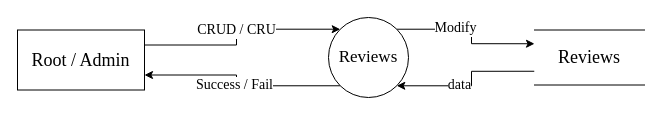
This is Documentation/diags/Diagrams/root_reviews_0.drawio from Suzuki0916/Real_Estate_Site, a draw.io file, before an edit. Source tidied: cells renumbered, new cells numbered last; positions are measured from the earlier drawing's top-left corner, leaving out a move shared by most shapes. Both pictures are drawn from the tidied source at 100%, with x=0, y=0 at pixel (17, 17).
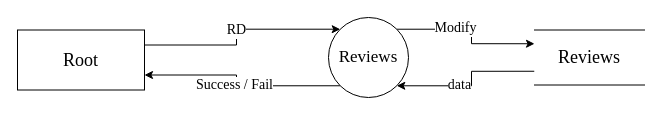
Above is the later version.

Diff of the diagram source:
```diff
@@
 <mxGraphModel>
   <root>
     <mxCell id="0" />
     <mxCell id="1" parent="0" />
     <mxCell id="2" style="edgeStyle=orthogonalEdgeStyle;rounded=0;orthogonalLoop=1;jettySize=auto;html=1;fontFamily=Times New Roman;fontSize=16;entryX=0.25;entryY=1;entryDx=0;entryDy=0;exitX=1;exitY=0;exitDx=0;exitDy=0;" parent="1" edge="1">
       <mxGeometry relative="1" as="geometry">
         <mxPoint x="557" y="40" as="targetPoint" />
       </mxGeometry>
     </mxCell>
     <mxCell id="3" style="edgeStyle=orthogonalEdgeStyle;rounded=0;orthogonalLoop=1;jettySize=auto;html=1;exitX=0.75;exitY=1;exitDx=0;exitDy=0;entryX=1;entryY=1;entryDx=0;entryDy=0;fontFamily=Times New Roman;fontSize=16;" parent="1" edge="1">
       <mxGeometry relative="1" as="geometry">
         <mxPoint x="617" y="40" as="sourcePoint" />
         <Array as="points">
           <mxPoint x="617" y="187" />
         </Array>
       </mxGeometry>
     </mxCell>
-    <mxCell id="4" value="&lt;font style=&quot;font-size: 18px&quot;&gt;Root / Admin&lt;/font&gt;" style="rounded=0;whiteSpace=wrap;html=1;fontFamily=Times New Roman;" parent="1" vertex="1">
+    <mxCell id="4" value="&lt;font style=&quot;font-size: 18px&quot;&gt;Root&lt;/font&gt;" style="rounded=0;whiteSpace=wrap;html=1;fontFamily=Times New Roman;" parent="1" vertex="1">
       <mxGeometry y="12.5" width="127" height="60" as="geometry" />
     </mxCell>
     <mxCell id="5" style="edgeStyle=orthogonalEdgeStyle;rounded=0;jettySize=auto;html=1;exitX=1;exitY=0;exitDx=0;exitDy=0;entryX=0;entryY=0.25;entryDx=0;entryDy=0;fontSize=17;elbow=vertical;fontFamily=Times New Roman;" parent="1" edge="1" source="9" target="12">
       <mxGeometry relative="1" as="geometry" />
     </mxCell>
     <mxCell id="6" value="Modify" style="edgeLabel;html=1;align=center;verticalAlign=middle;fontSize=14;fontFamily=Times New Roman;" parent="5" vertex="1">
       <mxGeometry x="-0.24" y="1" relative="1" as="geometry" />
     </mxCell>
     <mxCell id="7" style="rounded=0;jettySize=auto;html=1;exitX=0;exitY=1;exitDx=0;exitDy=0;fontSize=17;startArrow=none;startFill=0;endArrow=classic;endFill=1;entryX=1;entryY=0.75;entryDx=0;entryDy=0;edgeStyle=orthogonalEdgeStyle;fontFamily=Times New Roman;" parent="1" edge="1" source="9" target="4">
       <mxGeometry relative="1" as="geometry" />
     </mxCell>
     <mxCell id="8" value="Success / Fail" style="edgeLabel;html=1;align=center;verticalAlign=middle;fontSize=14;fontFamily=Times New Roman;" parent="7" vertex="1">
       <mxGeometry x="-0.83" y="2" relative="1" as="geometry">
         <mxPoint x="-88" y="-3" as="offset" />
       </mxGeometry>
     </mxCell>
     <mxCell id="9" value="&lt;p&gt;&lt;span style=&quot;line-height: 1.1&quot;&gt;&lt;font style=&quot;font-size: 17px&quot;&gt;Reviews&lt;/font&gt;&lt;/span&gt;&lt;/p&gt;" style="ellipse;whiteSpace=wrap;html=1;shadow=0;sketch=0;rotation=0;fontFamily=Times New Roman;" parent="1" vertex="1">
       <mxGeometry x="311" width="80" height="80" as="geometry" />
     </mxCell>
     <mxCell id="10" style="edgeStyle=orthogonalEdgeStyle;rounded=0;jettySize=auto;html=1;exitX=0;exitY=0.75;exitDx=0;exitDy=0;entryX=1;entryY=1;entryDx=0;entryDy=0;fontSize=17;elbow=vertical;fontFamily=Times New Roman;" parent="1" edge="1" source="12" target="9">
       <mxGeometry relative="1" as="geometry" />
     </mxCell>
     <mxCell id="11" value="data" style="edgeLabel;html=1;align=center;verticalAlign=middle;fontSize=14;fontFamily=Times New Roman;" parent="10" vertex="1">
       <mxGeometry x="0.12" y="3" relative="1" as="geometry">
         <mxPoint x="-5" y="-4" as="offset" />
       </mxGeometry>
     </mxCell>
     <mxCell id="12" value="&lt;font style=&quot;font-size: 18px&quot;&gt;Reviews&lt;/font&gt;" style="shape=partialRectangle;whiteSpace=wrap;html=1;left=0;right=0;fillColor=default;rounded=0;shadow=0;glass=0;sketch=0;fontFamily=Times New Roman;fontSize=16;gradientColor=none;" parent="1" vertex="1">
       <mxGeometry x="517" y="12.5" width="110" height="55" as="geometry" />
     </mxCell>
     <mxCell id="13" style="rounded=0;jettySize=auto;html=1;entryX=0;entryY=0;entryDx=0;entryDy=0;fontSize=17;startArrow=none;startFill=0;endArrow=classic;endFill=1;exitX=1;exitY=0.25;exitDx=0;exitDy=0;edgeStyle=orthogonalEdgeStyle;fontFamily=Times New Roman;" parent="1" edge="1" source="4" target="9">
       <mxGeometry relative="1" as="geometry" />
     </mxCell>
-    <mxCell id="14" value="CRUD / CRU" style="edgeLabel;html=1;align=center;verticalAlign=middle;fontSize=14;fontFamily=Times New Roman;" parent="13" vertex="1">
+    <mxCell id="14" value="RD" style="edgeLabel;html=1;align=center;verticalAlign=middle;fontSize=14;fontFamily=Times New Roman;" parent="13" vertex="1">
       <mxGeometry x="0.85" y="-1" relative="1" as="geometry">
         <mxPoint x="-89" as="offset" />
       </mxGeometry>
     </mxCell>
   </root>
 </mxGraphModel>
```
